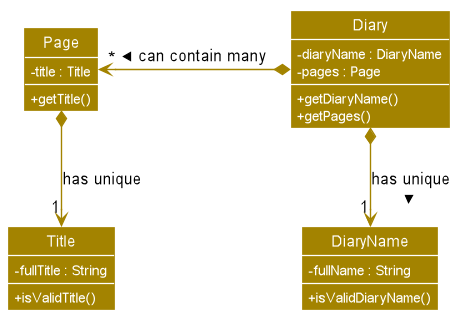
Above: docs/images/DiaryClassDiagram.png in nus-cs2103-AY1920S1/addressbook-level3 (PlantUML), before the change. The source it was exported from:
```plantuml
@startuml








skinparam BackgroundColor #FFFFFFF

skinparam Shadowing false

skinparam Class {
    FontColor #FFFFFF
    BorderThickness 1
    BorderColor #FFFFFF
    StereotypeFontColor #FFFFFF
    FontName Arial
}

skinparam Actor {
    BorderColor #000000
    Color #000000
    FontName Arial
}

skinparam Sequence {
    MessageAlign center
    BoxFontSize 15
    BoxPadding 0
    BoxFontColor #FFFFFF
    FontName Arial
}

skinparam Participant {
    FontColor #FFFFFFF
    Padding 20
}

skinparam MinClassWidth 50
skinparam ParticipantPadding 10
skinparam Shadowing false
skinparam DefaultTextAlignment center
skinparam packageStyle Rectangle

hide footbox
hide members
hide circle
skinparam arrowThickness 1.1
skinparam arrowColor #A38300
skinparam classBackgroundColor #A38300
skinparam classAttributeIconSize 0
skinparam classAttributeFontColor #FFFFFF


Class Diary {
 - diaryName : DiaryName
 - pages : Page
 + getDiaryName()
 + getPages()
}

Class DiaryName {
 - fullName : String
 + isValidDiaryName()
}

Class Page {
 - title : Title
 + getTitle()
}

Class Title {
 - fullTitle : String
 + isValidTitle()
}

Diary *-down-> "1" DiaryName : has unique >
Diary *-left-> "*" Page : can contain many >

Page *-down-> "1" Title : has unique

show members
@enduml
```
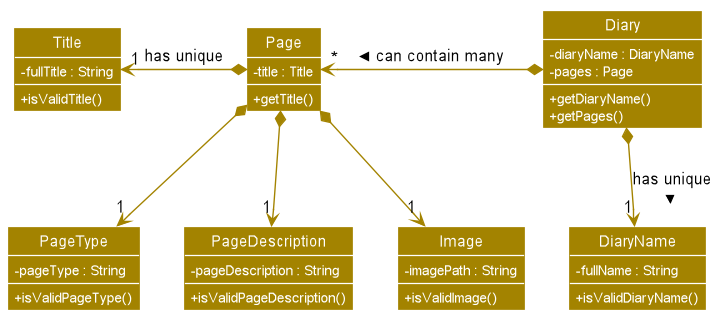
The same diagram one commit later.

Change to the diagram source:
```diff
@@ -76,10 +76,29 @@
  + isValidTitle()
 }
 
+Class PageType {
+ - pageType : String
+ + isValidPageType()
+}
+
+Class PageDescription {
+ - pageDescription : String
+ + isValidPageDescription()
+}
+
+Class Image {
+ - imagePath : String
+ + isValidImage()
+}
+
+
 Diary *-down-> "1" DiaryName : has unique >
 Diary *-left-> "*" Page : can contain many >
 
-Page *-down-> "1" Title : has unique
+Page *-left-> "1" Title : has unique
+Page *-down-> "1" PageType
+Page *-down-> "1" PageDescription
+Page *-down-> "1" Image
 
 show members
 @enduml
```
